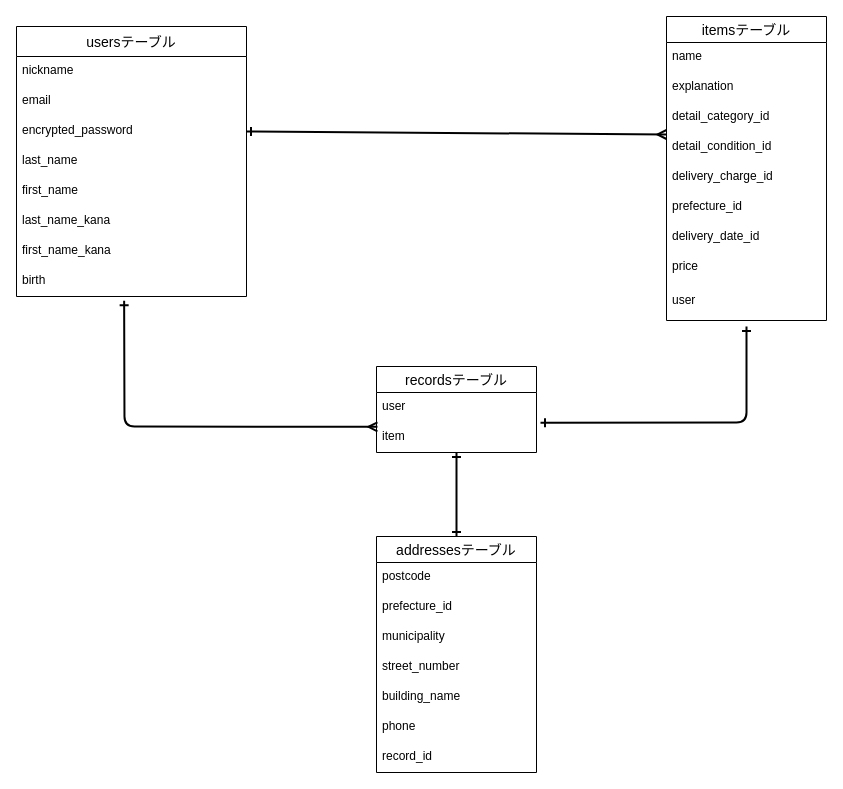
Earlier version of the draw.io diagram furima.dio (haji-me/furima-37814). Source tidied: cells renumbered, new cells numbered last; positions are measured from the earlier drawing's top-left corner, leaving out a move shared by most shapes. Both pictures are drawn from the tidied source at 100%, with x=0, y=0 at pixel (16, 16).
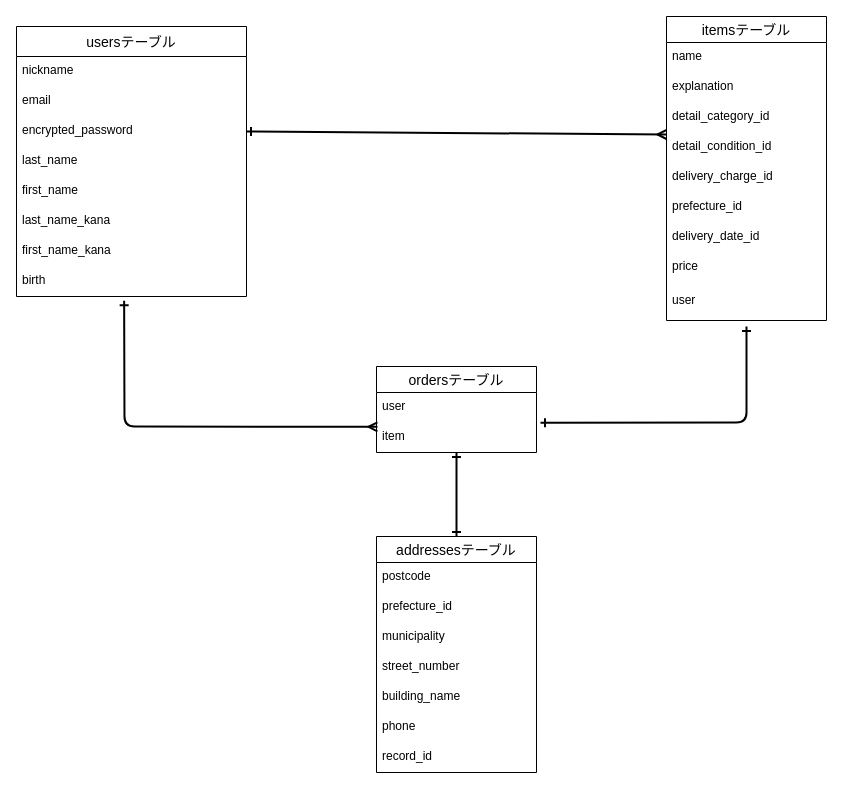
After the change.

Diff of the diagram source:
```diff
@@
-    <mxCell id="31" value="recordsテーブル" style="swimlane;fontStyle=0;horizontal=1;startSize=26;align=center;fontSize=14;" parent="1" vertex="1">
+    <mxCell id="31" value="ordersテーブル" style="swimlane;fontStyle=0;horizontal=1;startSize=26;align=center;fontSize=14;" parent="1" vertex="1">
       <mxGeometry x="360" y="350" width="160" height="86" as="geometry" />
     </mxCell>
```
